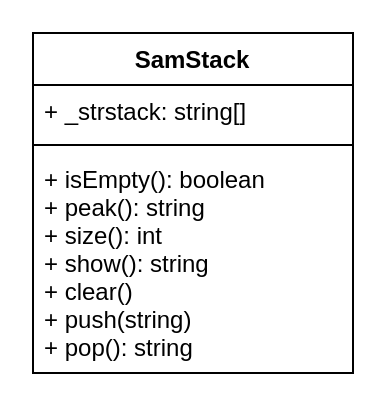
Above: Unit2-04/Design/class.drawio in Samuel-Webster-178/ICS4U-Unit2-Samuel-Webster (draw.io), before the change. Source tidied: cells renumbered, new cells numbered last; positions are measured from the earlier drawing's top-left corner, leaving out a move shared by most shapes. Both pictures are drawn from the tidied source at 200%, with x=0, y=0 at pixel (32, 32).
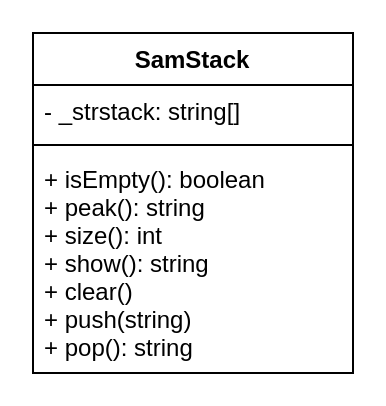
Above is the later version.

Change to the diagram source:
```diff
@@
 <mxGraphModel>
   <root>
     <mxCell id="0" />
     <mxCell id="1" parent="0" />
     <mxCell id="2" value="SamStack" style="swimlane;fontStyle=1;align=center;verticalAlign=top;horizontal=1;startSize=26;" parent="1" vertex="1">
       <mxGeometry width="160" height="170" as="geometry" />
     </mxCell>
-    <mxCell id="3" value="+ _strstack: string[]" style="text;strokeColor=none;fillColor=none;align=left;verticalAlign=top;spacingLeft=4;spacingRight=4;overflow=hidden;" parent="2" vertex="1">
+    <mxCell id="3" value="- _strstack: string[]" style="text;strokeColor=none;fillColor=none;align=left;verticalAlign=top;spacingLeft=4;spacingRight=4;overflow=hidden;" parent="2" vertex="1">
       <mxGeometry y="26" width="160" height="26" as="geometry" />
     </mxCell>
     <mxCell id="4" style="line;strokeWidth=1;fillColor=none;align=left;verticalAlign=middle;spacingTop=-1;spacingLeft=3;spacingRight=3;labelPosition=right;strokeColor=inherit;" parent="2" vertex="1">
       <mxGeometry y="52" width="160" height="8" as="geometry" />
     </mxCell>
     <mxCell id="5" value="+ isEmpty(): boolean&#10;+ peak(): string&#10;+ size(): int&#10;+ show(): string&#10;+ clear()&#10;+ push(string)&#10;+ pop(): string" style="text;strokeColor=none;fillColor=none;align=left;verticalAlign=top;spacingLeft=4;spacingRight=4;overflow=hidden;" parent="2" vertex="1">
       <mxGeometry y="60" width="160" height="110" as="geometry" />
     </mxCell>
   </root>
 </mxGraphModel>
```
